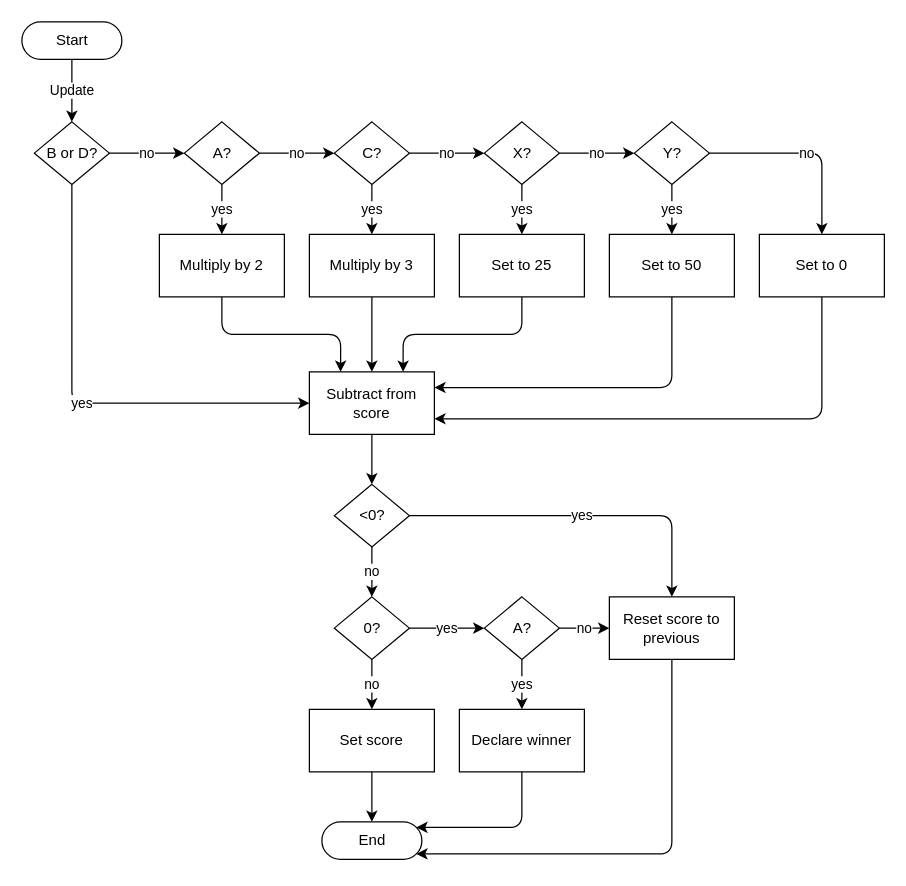
Earlier version of the draw.io diagram page "'501' Game Logic" (15 of 15) of scoring/documentation/Scoring_System_Schematics.drawio (kparlak/dart-scoring-system). Source tidied: cells renumbered, new cells numbered last; positions are measured from the earlier drawing's top-left corner, leaving out a move shared by most shapes. Both pictures are drawn from the tidied source at 125%, with x=0, y=0 at pixel (21, 21).
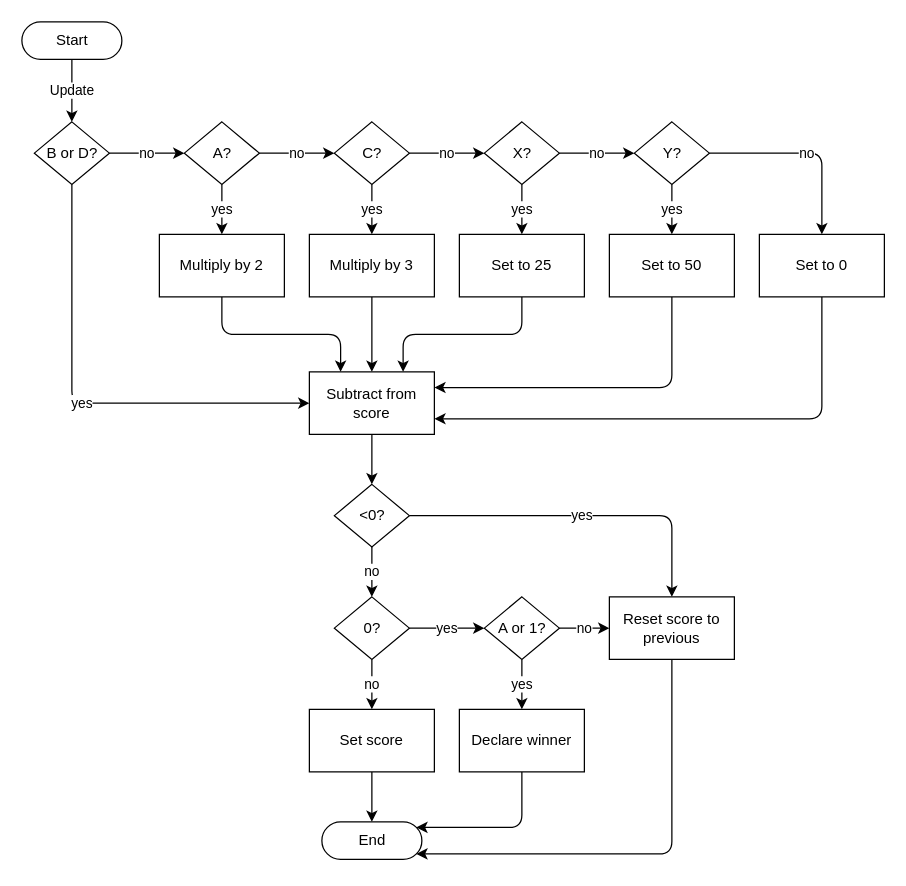
Above is the later version.

The edit, as a diff of the source:
```diff
@@
-    <mxCell id="26" value="A?" style="shape=rhombus;html=1;dashed=0;whitespace=wrap;perimeter=rhombusPerimeter;" parent="1" vertex="1">
+    <mxCell id="26" value="A or 1?" style="shape=rhombus;html=1;dashed=0;whitespace=wrap;perimeter=rhombusPerimeter;" parent="1" vertex="1">
       <mxGeometry x="370" y="460" width="60" height="50" as="geometry" />
     </mxCell>
```
